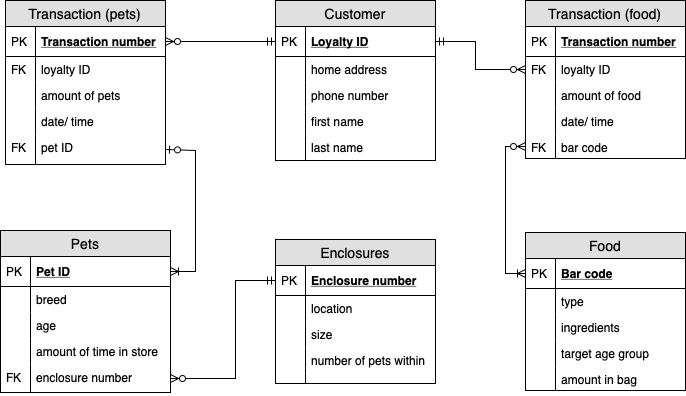
Before: PetShop.png, a diagram exported from draw.io (hek5118/IST-210). Source tidied: cells renumbered, new cells last; positions are measured from the earlier drawing's top-left corner, leaving out a move shared by most shapes. Its diagram source:
```xml
<mxGraphModel>
  <root>
    <mxCell id="0" />
    <mxCell id="1" parent="0" />
    <mxCell id="2" value="Customer" style="swimlane;fontStyle=0;horizontal=1;startSize=26;fillColor=#e0e0e0;swimlaneFillColor=#ffffff;align=center;fontSize=14;" parent="1" vertex="1">
      <mxGeometry x="275" width="160" height="160" as="geometry" />
    </mxCell>
    <mxCell id="3" value="Loyalty ID" style="shape=partialRectangle;top=0;left=0;right=0;bottom=1;align=left;verticalAlign=middle;fillColor=none;spacingLeft=34;spacingRight=4;overflow=hidden;points=[[0,0.5],[1,0.5]];portConstraint=eastwest;fontStyle=5;fontSize=12;" parent="2" vertex="1">
      <mxGeometry y="26" width="160" height="30" as="geometry" />
    </mxCell>
    <mxCell id="4" value="PK" style="shape=partialRectangle;top=0;left=0;bottom=0;fillColor=none;align=left;verticalAlign=middle;spacingLeft=4;spacingRight=4;overflow=hidden;fontSize=12;" parent="3" vertex="1">
      <mxGeometry width="30" height="30" as="geometry" />
    </mxCell>
    <mxCell id="5" value="home address" style="shape=partialRectangle;top=0;left=0;right=0;bottom=0;align=left;verticalAlign=top;fillColor=none;spacingLeft=34;spacingRight=4;overflow=hidden;fontSize=12;" parent="2" vertex="1">
      <mxGeometry y="56" width="160" height="26" as="geometry" />
    </mxCell>
    <mxCell id="6" style="shape=partialRectangle;top=0;left=0;bottom=0;fillColor=none;align=left;verticalAlign=top;spacingLeft=4;spacingRight=4;overflow=hidden;fontSize=12;" parent="5" vertex="1">
      <mxGeometry width="30" height="26" as="geometry" />
    </mxCell>
    <mxCell id="7" value="phone number" style="shape=partialRectangle;top=0;left=0;right=0;bottom=0;align=left;verticalAlign=top;fillColor=none;spacingLeft=34;spacingRight=4;overflow=hidden;fontSize=12;" parent="2" vertex="1">
      <mxGeometry y="82" width="160" height="26" as="geometry" />
    </mxCell>
    <mxCell id="8" style="shape=partialRectangle;top=0;left=0;bottom=0;fillColor=none;align=left;verticalAlign=top;spacingLeft=4;spacingRight=4;overflow=hidden;fontSize=12;" parent="7" vertex="1">
      <mxGeometry width="30" height="26" as="geometry" />
    </mxCell>
    <mxCell id="9" value="first name" style="shape=partialRectangle;top=0;left=0;right=0;bottom=0;align=left;verticalAlign=top;fillColor=none;spacingLeft=34;spacingRight=4;overflow=hidden;fontSize=12;" parent="2" vertex="1">
      <mxGeometry y="108" width="160" height="26" as="geometry" />
    </mxCell>
    <mxCell id="10" style="shape=partialRectangle;top=0;left=0;bottom=0;fillColor=none;align=left;verticalAlign=top;spacingLeft=4;spacingRight=4;overflow=hidden;fontSize=12;" parent="9" vertex="1">
      <mxGeometry width="30" height="26" as="geometry" />
    </mxCell>
    <mxCell id="11" value="last name&#10;" style="shape=partialRectangle;top=0;left=0;right=0;bottom=0;align=left;verticalAlign=top;fillColor=none;spacingLeft=34;spacingRight=4;overflow=hidden;fontSize=12;" parent="2" vertex="1">
      <mxGeometry y="134" width="160" height="26" as="geometry" />
    </mxCell>
    <mxCell id="12" style="shape=partialRectangle;top=0;left=0;bottom=0;fillColor=none;align=left;verticalAlign=top;spacingLeft=4;spacingRight=4;overflow=hidden;fontSize=12;" parent="11" vertex="1">
      <mxGeometry width="30" height="26" as="geometry" />
    </mxCell>
    <mxCell id="13" value="Transaction (pets)" style="swimlane;fontStyle=0;horizontal=1;startSize=26;fillColor=#e0e0e0;swimlaneFillColor=#ffffff;align=center;fontSize=14;" parent="1" vertex="1">
      <mxGeometry x="5" width="160" height="164" as="geometry" />
    </mxCell>
    <mxCell id="14" value="Transaction number" style="shape=partialRectangle;top=0;left=0;right=0;bottom=1;align=left;verticalAlign=middle;fillColor=none;spacingLeft=34;spacingRight=4;overflow=hidden;points=[[0,0.5],[1,0.5]];portConstraint=eastwest;fontStyle=5;fontSize=12;" parent="13" vertex="1">
      <mxGeometry y="26" width="160" height="30" as="geometry" />
    </mxCell>
    <mxCell id="15" value="PK" style="shape=partialRectangle;top=0;left=0;bottom=0;fillColor=none;align=left;verticalAlign=middle;spacingLeft=4;spacingRight=4;overflow=hidden;fontSize=12;" parent="14" vertex="1">
      <mxGeometry width="30" height="30" as="geometry" />
    </mxCell>
    <mxCell id="16" value="loyalty ID" style="shape=partialRectangle;top=0;left=0;right=0;bottom=0;align=left;verticalAlign=top;fillColor=none;spacingLeft=34;spacingRight=4;overflow=hidden;fontSize=12;" parent="13" vertex="1">
      <mxGeometry y="56" width="160" height="26" as="geometry" />
    </mxCell>
    <mxCell id="17" value="FK" style="shape=partialRectangle;top=0;left=0;bottom=0;fillColor=none;align=left;verticalAlign=top;spacingLeft=4;spacingRight=4;overflow=hidden;fontSize=12;" parent="16" vertex="1">
      <mxGeometry width="30" height="26" as="geometry" />
    </mxCell>
    <mxCell id="18" value="amount of pets" style="shape=partialRectangle;top=0;left=0;right=0;bottom=0;align=left;verticalAlign=top;fillColor=none;spacingLeft=34;spacingRight=4;overflow=hidden;fontSize=12;" parent="13" vertex="1">
      <mxGeometry y="82" width="160" height="26" as="geometry" />
    </mxCell>
    <mxCell id="19" style="shape=partialRectangle;top=0;left=0;bottom=0;fillColor=none;align=left;verticalAlign=top;spacingLeft=4;spacingRight=4;overflow=hidden;fontSize=12;" parent="18" vertex="1">
      <mxGeometry width="30" height="26" as="geometry" />
    </mxCell>
    <mxCell id="20" value="date/ time" style="shape=partialRectangle;top=0;left=0;right=0;bottom=0;align=left;verticalAlign=top;fillColor=none;spacingLeft=34;spacingRight=4;overflow=hidden;fontSize=12;" parent="13" vertex="1">
      <mxGeometry y="108" width="160" height="26" as="geometry" />
    </mxCell>
    <mxCell id="21" style="shape=partialRectangle;top=0;left=0;bottom=0;fillColor=none;align=left;verticalAlign=top;spacingLeft=4;spacingRight=4;overflow=hidden;fontSize=12;" parent="20" vertex="1">
      <mxGeometry width="30" height="26" as="geometry" />
    </mxCell>
    <mxCell id="22" value="pet ID" style="shape=partialRectangle;top=0;left=0;right=0;bottom=0;align=left;verticalAlign=top;fillColor=none;spacingLeft=34;spacingRight=4;overflow=hidden;points=[[0,0.5],[1,0.5]];portConstraint=eastwest;fontSize=12;" parent="13" vertex="1">
      <mxGeometry y="134" width="160" height="30" as="geometry" />
    </mxCell>
    <mxCell id="23" value="FK" style="shape=partialRectangle;top=0;left=0;bottom=0;fillColor=none;align=left;verticalAlign=top;spacingLeft=4;spacingRight=4;overflow=hidden;fontSize=12;" parent="22" vertex="1">
      <mxGeometry width="30" height="30" as="geometry" />
    </mxCell>
    <mxCell id="24" value="Food" style="swimlane;fontStyle=0;horizontal=1;startSize=26;fillColor=#e0e0e0;swimlaneFillColor=#ffffff;align=center;fontSize=14;" parent="1" vertex="1">
      <mxGeometry x="525" y="232" width="160" height="158" as="geometry" />
    </mxCell>
    <mxCell id="25" value="Bar code" style="shape=partialRectangle;top=0;left=0;right=0;bottom=1;align=left;verticalAlign=middle;fillColor=none;spacingLeft=34;spacingRight=4;overflow=hidden;points=[[0,0.5],[1,0.5]];portConstraint=eastwest;fontStyle=5;fontSize=12;" parent="24" vertex="1">
      <mxGeometry y="26" width="160" height="30" as="geometry" />
    </mxCell>
    <mxCell id="26" value="PK" style="shape=partialRectangle;top=0;left=0;bottom=0;fillColor=none;align=left;verticalAlign=middle;spacingLeft=4;spacingRight=4;overflow=hidden;fontSize=12;" parent="25" vertex="1">
      <mxGeometry width="30" height="30" as="geometry" />
    </mxCell>
    <mxCell id="27" value="type" style="shape=partialRectangle;top=0;left=0;right=0;bottom=0;align=left;verticalAlign=top;fillColor=none;spacingLeft=34;spacingRight=4;overflow=hidden;fontSize=12;" parent="24" vertex="1">
      <mxGeometry y="56" width="160" height="26" as="geometry" />
    </mxCell>
    <mxCell id="28" style="shape=partialRectangle;top=0;left=0;bottom=0;fillColor=none;align=left;verticalAlign=top;spacingLeft=4;spacingRight=4;overflow=hidden;fontSize=12;" parent="27" vertex="1">
      <mxGeometry width="30" height="26" as="geometry" />
    </mxCell>
    <mxCell id="29" value="ingredients" style="shape=partialRectangle;top=0;left=0;right=0;bottom=0;align=left;verticalAlign=top;fillColor=none;spacingLeft=34;spacingRight=4;overflow=hidden;fontSize=12;" parent="24" vertex="1">
      <mxGeometry y="82" width="160" height="26" as="geometry" />
    </mxCell>
    <mxCell id="30" style="shape=partialRectangle;top=0;left=0;bottom=0;fillColor=none;align=left;verticalAlign=top;spacingLeft=4;spacingRight=4;overflow=hidden;fontSize=12;" parent="29" vertex="1">
      <mxGeometry width="30" height="26" as="geometry" />
    </mxCell>
    <mxCell id="31" value="target age group" style="shape=partialRectangle;top=0;left=0;right=0;bottom=0;align=left;verticalAlign=top;fillColor=none;spacingLeft=34;spacingRight=4;overflow=hidden;fontSize=12;" parent="24" vertex="1">
      <mxGeometry y="108" width="160" height="26" as="geometry" />
    </mxCell>
    <mxCell id="32" style="shape=partialRectangle;top=0;left=0;bottom=0;fillColor=none;align=left;verticalAlign=top;spacingLeft=4;spacingRight=4;overflow=hidden;fontSize=12;" parent="31" vertex="1">
      <mxGeometry width="30" height="26" as="geometry" />
    </mxCell>
    <mxCell id="33" value="amount in bag" style="shape=partialRectangle;top=0;left=0;right=0;bottom=0;align=left;verticalAlign=top;fillColor=none;spacingLeft=34;spacingRight=4;overflow=hidden;fontSize=12;" parent="24" vertex="1">
      <mxGeometry y="134" width="160" height="24" as="geometry" />
    </mxCell>
    <mxCell id="34" style="shape=partialRectangle;top=0;left=0;bottom=0;fillColor=none;align=left;verticalAlign=top;spacingLeft=4;spacingRight=4;overflow=hidden;fontSize=12;" parent="33" vertex="1">
      <mxGeometry width="30" height="24" as="geometry" />
    </mxCell>
    <mxCell id="35" value="Enclosures" style="swimlane;fontStyle=0;horizontal=1;startSize=26;fillColor=#e0e0e0;swimlaneFillColor=#ffffff;align=center;fontSize=14;" parent="1" vertex="1">
      <mxGeometry x="275" y="239" width="160" height="144" as="geometry" />
    </mxCell>
    <mxCell id="36" value="Enclosure number" style="shape=partialRectangle;top=0;left=0;right=0;bottom=1;align=left;verticalAlign=middle;fillColor=none;spacingLeft=34;spacingRight=4;overflow=hidden;points=[[0,0.5],[1,0.5]];portConstraint=eastwest;fontStyle=5;fontSize=12;" parent="35" vertex="1">
      <mxGeometry y="26" width="160" height="30" as="geometry" />
    </mxCell>
    <mxCell id="37" value="PK" style="shape=partialRectangle;top=0;left=0;bottom=0;fillColor=none;align=left;verticalAlign=middle;spacingLeft=4;spacingRight=4;overflow=hidden;fontSize=12;" parent="36" vertex="1">
      <mxGeometry width="30" height="30" as="geometry" />
    </mxCell>
    <mxCell id="38" value="location" style="shape=partialRectangle;top=0;left=0;right=0;bottom=0;align=left;verticalAlign=top;fillColor=none;spacingLeft=34;spacingRight=4;overflow=hidden;fontSize=12;" parent="35" vertex="1">
      <mxGeometry y="56" width="160" height="26" as="geometry" />
    </mxCell>
    <mxCell id="39" style="shape=partialRectangle;top=0;left=0;bottom=0;fillColor=none;align=left;verticalAlign=top;spacingLeft=4;spacingRight=4;overflow=hidden;fontSize=12;" parent="38" vertex="1">
      <mxGeometry width="30" height="26" as="geometry" />
    </mxCell>
    <mxCell id="40" value="size" style="shape=partialRectangle;top=0;left=0;right=0;bottom=0;align=left;verticalAlign=top;fillColor=none;spacingLeft=34;spacingRight=4;overflow=hidden;fontSize=12;" parent="35" vertex="1">
      <mxGeometry y="82" width="160" height="26" as="geometry" />
    </mxCell>
    <mxCell id="41" style="shape=partialRectangle;top=0;left=0;bottom=0;fillColor=none;align=left;verticalAlign=top;spacingLeft=4;spacingRight=4;overflow=hidden;fontSize=12;" parent="40" vertex="1">
      <mxGeometry width="30" height="26" as="geometry" />
    </mxCell>
    <mxCell id="42" value="number of pets within" style="shape=partialRectangle;top=0;left=0;right=0;bottom=0;align=left;verticalAlign=top;fillColor=none;spacingLeft=34;spacingRight=4;overflow=hidden;fontSize=12;" parent="35" vertex="1">
      <mxGeometry y="108" width="160" height="26" as="geometry" />
    </mxCell>
    <mxCell id="43" style="shape=partialRectangle;top=0;left=0;bottom=0;fillColor=none;align=left;verticalAlign=top;spacingLeft=4;spacingRight=4;overflow=hidden;fontSize=12;" parent="42" vertex="1">
      <mxGeometry width="30" height="26" as="geometry" />
    </mxCell>
    <mxCell id="44" style="shape=partialRectangle;top=0;left=0;right=0;bottom=0;align=left;verticalAlign=top;fillColor=none;spacingLeft=34;spacingRight=4;overflow=hidden;fontSize=12;" parent="35" vertex="1">
      <mxGeometry y="134" width="160" height="10" as="geometry" />
    </mxCell>
    <mxCell id="45" style="shape=partialRectangle;top=0;left=0;bottom=0;fillColor=none;align=left;verticalAlign=top;spacingLeft=4;spacingRight=4;overflow=hidden;fontSize=12;" parent="44" vertex="1">
      <mxGeometry width="30" height="10" as="geometry" />
    </mxCell>
    <mxCell id="46" value="Pets" style="swimlane;fontStyle=0;horizontal=1;startSize=26;fillColor=#e0e0e0;swimlaneFillColor=#ffffff;align=center;fontSize=14;" parent="1" vertex="1">
      <mxGeometry y="230" width="170" height="162" as="geometry" />
    </mxCell>
    <mxCell id="47" value="Pet ID" style="shape=partialRectangle;top=0;left=0;right=0;bottom=1;align=left;verticalAlign=middle;fillColor=none;spacingLeft=34;spacingRight=4;overflow=hidden;points=[[0,0.5],[1,0.5]];portConstraint=eastwest;fontStyle=5;fontSize=12;" parent="46" vertex="1">
      <mxGeometry y="26" width="170" height="30" as="geometry" />
    </mxCell>
    <mxCell id="48" value="PK" style="shape=partialRectangle;top=0;left=0;bottom=0;fillColor=none;align=left;verticalAlign=middle;spacingLeft=4;spacingRight=4;overflow=hidden;fontSize=12;" parent="47" vertex="1">
      <mxGeometry width="30" height="30" as="geometry" />
    </mxCell>
    <mxCell id="49" value="breed" style="shape=partialRectangle;top=0;left=0;right=0;bottom=0;align=left;verticalAlign=top;fillColor=none;spacingLeft=34;spacingRight=4;overflow=hidden;fontSize=12;" parent="46" vertex="1">
      <mxGeometry y="56" width="170" height="26" as="geometry" />
    </mxCell>
    <mxCell id="50" style="shape=partialRectangle;top=0;left=0;bottom=0;fillColor=none;align=left;verticalAlign=top;spacingLeft=4;spacingRight=4;overflow=hidden;fontSize=12;" parent="49" vertex="1">
      <mxGeometry width="30" height="26" as="geometry" />
    </mxCell>
    <mxCell id="51" value="age" style="shape=partialRectangle;top=0;left=0;right=0;bottom=0;align=left;verticalAlign=top;fillColor=none;spacingLeft=34;spacingRight=4;overflow=hidden;fontSize=12;" parent="46" vertex="1">
      <mxGeometry y="82" width="170" height="26" as="geometry" />
    </mxCell>
    <mxCell id="52" style="shape=partialRectangle;top=0;left=0;bottom=0;fillColor=none;align=left;verticalAlign=top;spacingLeft=4;spacingRight=4;overflow=hidden;fontSize=12;" parent="51" vertex="1">
      <mxGeometry width="30" height="26" as="geometry" />
    </mxCell>
    <mxCell id="53" value="amount of time in store" style="shape=partialRectangle;top=0;left=0;right=0;bottom=0;align=left;verticalAlign=top;fillColor=none;spacingLeft=34;spacingRight=4;overflow=hidden;fontSize=12;" parent="46" vertex="1">
      <mxGeometry y="108" width="170" height="26" as="geometry" />
    </mxCell>
    <mxCell id="54" style="shape=partialRectangle;top=0;left=0;bottom=0;fillColor=none;align=left;verticalAlign=top;spacingLeft=4;spacingRight=4;overflow=hidden;fontSize=12;" parent="53" vertex="1">
      <mxGeometry width="30" height="26" as="geometry" />
    </mxCell>
    <mxCell id="55" value="enclosure number" style="shape=partialRectangle;top=0;left=0;right=0;bottom=0;align=left;verticalAlign=top;fillColor=none;spacingLeft=34;spacingRight=4;overflow=hidden;points=[[0,0.5],[1,0.5]];portConstraint=eastwest;fontSize=12;" parent="46" vertex="1">
      <mxGeometry y="134" width="170" height="28" as="geometry" />
    </mxCell>
    <mxCell id="56" value="FK" style="shape=partialRectangle;top=0;left=0;bottom=0;fillColor=none;align=left;verticalAlign=top;spacingLeft=4;spacingRight=4;overflow=hidden;fontSize=12;" parent="55" vertex="1">
      <mxGeometry width="30" height="28" as="geometry" />
    </mxCell>
    <mxCell id="57" style="endArrow=ERzeroToMany;html=1;entryX=1;entryY=0.5;entryDx=0;entryDy=0;endFill=1;startArrow=ERmandOne;startFill=0;rounded=0;exitX=0;exitY=0.5;exitDx=0;exitDy=0;" parent="1" edge="1" source="3" target="14">
      <mxGeometry relative="1" as="geometry" />
    </mxCell>
    <mxCell id="58" style="endArrow=ERzeroToMany;html=1;exitX=1;exitY=0.5;exitDx=0;exitDy=0;entryX=0;entryY=0.5;entryDx=0;entryDy=0;endFill=1;startArrow=ERmandOne;startFill=0;rounded=0;" parent="1" edge="1" source="3" target="63">
      <mxGeometry relative="1" as="geometry">
        <Array as="points">
          <mxPoint x="475" y="41" />
          <mxPoint x="475" y="69" />
        </Array>
      </mxGeometry>
    </mxCell>
    <mxCell id="59" style="endArrow=ERoneToMany;html=1;rounded=0;endFill=0;startArrow=ERzeroToOne;startFill=1;entryX=1;entryY=0.5;entryDx=0;entryDy=0;exitX=1;exitY=0.5;exitDx=0;exitDy=0;" parent="1" edge="1" source="22" target="47">
      <mxGeometry relative="1" as="geometry">
        <Array as="points">
          <mxPoint x="195" y="150" />
          <mxPoint x="195" y="210" />
          <mxPoint x="195" y="271" />
        </Array>
      </mxGeometry>
    </mxCell>
    <mxCell id="60" value="Transaction (food)" style="swimlane;fontStyle=0;horizontal=1;startSize=26;fillColor=#e0e0e0;swimlaneFillColor=#ffffff;align=center;fontSize=14;" parent="1" vertex="1">
      <mxGeometry x="525" width="160" height="158" as="geometry" />
    </mxCell>
    <mxCell id="61" value="Transaction number" style="shape=partialRectangle;top=0;left=0;right=0;bottom=1;align=left;verticalAlign=middle;fillColor=none;spacingLeft=34;spacingRight=4;overflow=hidden;fontStyle=5;fontSize=12;" parent="60" vertex="1">
      <mxGeometry y="26" width="160" height="30" as="geometry" />
    </mxCell>
    <mxCell id="62" value="PK" style="shape=partialRectangle;top=0;left=0;bottom=0;fillColor=none;align=left;verticalAlign=middle;spacingLeft=4;spacingRight=4;overflow=hidden;fontSize=12;" parent="61" vertex="1">
      <mxGeometry width="30" height="30" as="geometry" />
    </mxCell>
    <mxCell id="63" value="loyalty ID" style="shape=partialRectangle;top=0;left=0;right=0;bottom=0;align=left;verticalAlign=top;fillColor=none;spacingLeft=34;spacingRight=4;overflow=hidden;points=[[0,0.5],[1,0.5]];portConstraint=eastwest;fontSize=12;" parent="60" vertex="1">
      <mxGeometry y="56" width="160" height="26" as="geometry" />
    </mxCell>
    <mxCell id="64" value="FK" style="shape=partialRectangle;top=0;left=0;bottom=0;fillColor=none;align=left;verticalAlign=top;spacingLeft=4;spacingRight=4;overflow=hidden;fontSize=12;" parent="63" vertex="1">
      <mxGeometry width="30" height="26" as="geometry" />
    </mxCell>
    <mxCell id="65" value="amount of food" style="shape=partialRectangle;top=0;left=0;right=0;bottom=0;align=left;verticalAlign=top;fillColor=none;spacingLeft=34;spacingRight=4;overflow=hidden;fontSize=12;" parent="60" vertex="1">
      <mxGeometry y="82" width="160" height="26" as="geometry" />
    </mxCell>
    <mxCell id="66" style="shape=partialRectangle;top=0;left=0;bottom=0;fillColor=none;align=left;verticalAlign=top;spacingLeft=4;spacingRight=4;overflow=hidden;fontSize=12;" parent="65" vertex="1">
      <mxGeometry width="30" height="26" as="geometry" />
    </mxCell>
    <mxCell id="67" value="date/ time" style="shape=partialRectangle;top=0;left=0;right=0;bottom=0;align=left;verticalAlign=top;fillColor=none;spacingLeft=34;spacingRight=4;overflow=hidden;fontSize=12;" parent="60" vertex="1">
      <mxGeometry y="108" width="160" height="26" as="geometry" />
    </mxCell>
    <mxCell id="68" style="shape=partialRectangle;top=0;left=0;bottom=0;fillColor=none;align=left;verticalAlign=top;spacingLeft=4;spacingRight=4;overflow=hidden;fontSize=12;" parent="67" vertex="1">
      <mxGeometry width="30" height="26" as="geometry" />
    </mxCell>
    <mxCell id="69" value="bar code" style="shape=partialRectangle;top=0;left=0;right=0;bottom=0;align=left;verticalAlign=top;fillColor=none;spacingLeft=34;spacingRight=4;overflow=hidden;points=[[0,0.5],[1,0.5]];portConstraint=eastwest;fontSize=12;" parent="60" vertex="1">
      <mxGeometry y="134" width="160" height="24" as="geometry" />
    </mxCell>
    <mxCell id="70" value="FK" style="shape=partialRectangle;top=0;left=0;bottom=0;fillColor=none;align=left;verticalAlign=top;spacingLeft=4;spacingRight=4;overflow=hidden;fontSize=12;" parent="69" vertex="1">
      <mxGeometry width="30" height="24" as="geometry" />
    </mxCell>
    <mxCell id="71" style="endArrow=ERzeroToMany;html=1;exitX=0;exitY=0.5;exitDx=0;exitDy=0;rounded=0;endFill=1;startArrow=ERmandOne;startFill=0;entryX=1;entryY=0.5;entryDx=0;entryDy=0;" parent="1" edge="1" source="36" target="55">
      <mxGeometry relative="1" as="geometry">
        <Array as="points">
          <mxPoint x="235" y="280" />
          <mxPoint x="235" y="378" />
        </Array>
      </mxGeometry>
    </mxCell>
    <mxCell id="72" style="endArrow=ERoneToMany;html=1;exitX=0;exitY=0.5;exitDx=0;exitDy=0;entryX=0;entryY=0.5;entryDx=0;entryDy=0;rounded=0;endFill=0;startArrow=ERzeroToMany;startFill=1;" parent="1" edge="1" source="69" target="25">
      <mxGeometry relative="1" as="geometry">
        <Array as="points">
          <mxPoint x="505" y="146" />
          <mxPoint x="505" y="273" />
        </Array>
      </mxGeometry>
    </mxCell>
  </root>
</mxGraphModel>
```
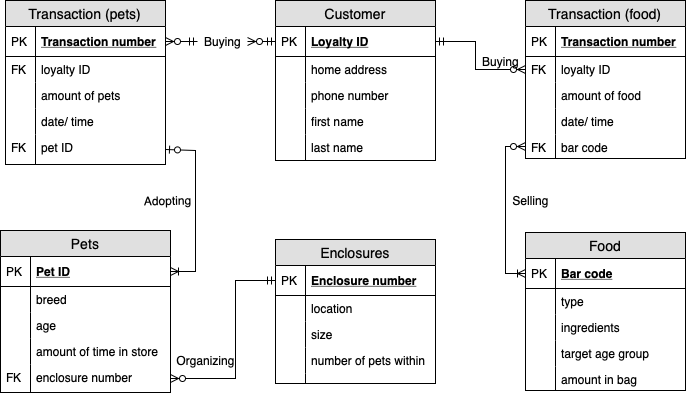
After the change.

Diff of the diagram source:
```diff
@@ -167,7 +167,7 @@
     <mxCell id="56" value="FK" style="shape=partialRectangle;top=0;left=0;bottom=0;fillColor=none;align=left;verticalAlign=top;spacingLeft=4;spacingRight=4;overflow=hidden;fontSize=12;" parent="55" vertex="1">
       <mxGeometry width="30" height="28" as="geometry" />
     </mxCell>
-    <mxCell id="57" style="endArrow=ERzeroToMany;html=1;entryX=1;entryY=0.5;entryDx=0;entryDy=0;endFill=1;startArrow=ERmandOne;startFill=0;rounded=0;exitX=0;exitY=0.5;exitDx=0;exitDy=0;" parent="1" edge="1" source="3" target="14">
+    <mxCell id="57" style="endArrow=ERzeroToMany;html=1;entryX=1;entryY=0.5;entryDx=0;entryDy=0;endFill=1;startArrow=ERmandOne;startFill=0;rounded=0;exitX=0;exitY=0.5;exitDx=0;exitDy=0;" parent="1" edge="1" source="73" target="14">
       <mxGeometry relative="1" as="geometry" />
     </mxCell>
     <mxCell id="58" style="endArrow=ERzeroToMany;html=1;exitX=1;exitY=0.5;exitDx=0;exitDy=0;entryX=0;entryY=0.5;entryDx=0;entryDy=0;endFill=1;startArrow=ERmandOne;startFill=0;rounded=0;" parent="1" edge="1" source="3" target="63">
@@ -236,5 +236,23 @@
         </Array>
       </mxGeometry>
     </mxCell>
+    <mxCell id="73" value="Buying" style="text;html=1;align=center;verticalAlign=middle;points=[];" parent="1" vertex="1">
+      <mxGeometry x="197" y="31" width="50" height="20" as="geometry" />
+    </mxCell>
+    <mxCell id="74" style="endArrow=ERzeroToMany;html=1;entryX=1;entryY=0.5;entryDx=0;entryDy=0;endFill=1;startArrow=ERmandOne;startFill=0;rounded=0;exitX=0;exitY=0.5;exitDx=0;exitDy=0;" parent="1" edge="1" source="3" target="73">
+      <mxGeometry relative="1" as="geometry" />
+    </mxCell>
+    <mxCell id="75" value="Buying" style="text;html=1;align=center;verticalAlign=middle;" parent="1" vertex="1">
+      <mxGeometry x="475" y="51" width="50" height="20" as="geometry" />
+    </mxCell>
+    <mxCell id="76" value="Adopting" style="text;html=1;align=center;verticalAlign=middle;rotation=-1;" parent="1" vertex="1">
+      <mxGeometry x="137" y="190" width="60" height="20" as="geometry" />
+    </mxCell>
+    <mxCell id="77" value="Organizing" style="text;html=1;align=center;verticalAlign=middle;" parent="1" vertex="1">
+      <mxGeometry x="170" y="350" width="70" height="20" as="geometry" />
+    </mxCell>
+    <mxCell id="78" value="Selling" style="text;html=1;align=center;verticalAlign=middle;" parent="1" vertex="1">
+      <mxGeometry x="505" y="190" width="50" height="20" as="geometry" />
+    </mxCell>
   </root>
 </mxGraphModel>
```
